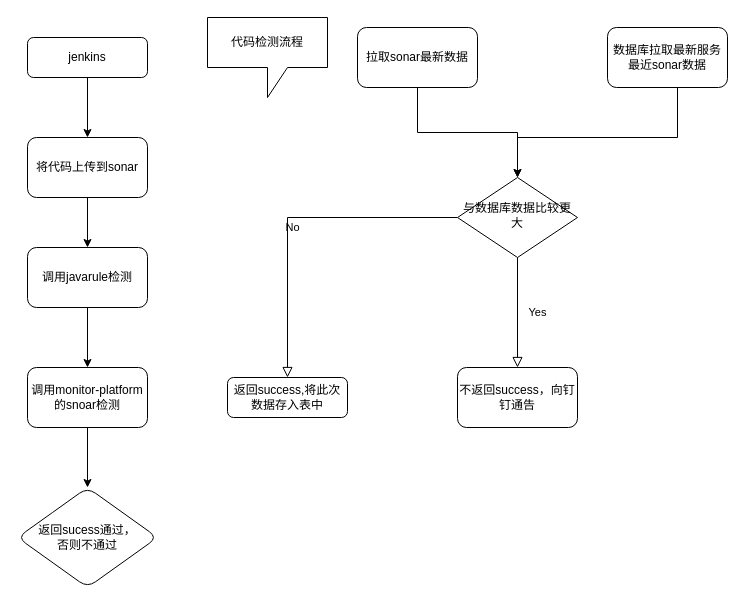
Above: img/未命名绘图.drawio in KinMan-ZHR/picture-bed (draw.io), before the change. Source tidied: cells renumbered, new cells numbered last; positions are measured from the earlier drawing's top-left corner, leaving out a move shared by most shapes. Both pictures are drawn from the tidied source at 100%, with x=0, y=0 at pixel (17, 17).
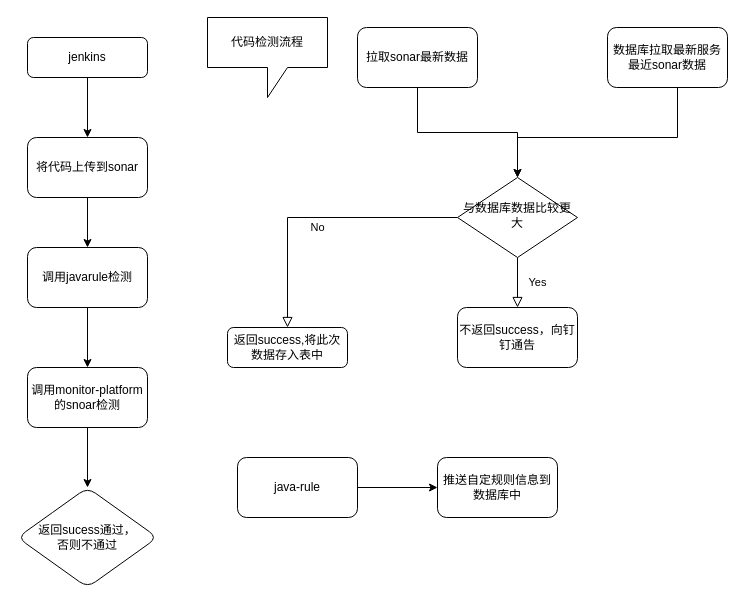
The same page after the edit.

Commit message:
更新未命名绘图.drawio

Diff of the diagram source:
```diff
@@
     <mxCell id="7" value="返回success,将此次数据存入表中" style="rounded=1;whiteSpace=wrap;html=1;fontSize=12;glass=0;strokeWidth=1;shadow=0;" parent="1" vertex="1">
-      <mxGeometry x="210" y="360" width="120" height="40" as="geometry" />
+      <mxGeometry x="210" y="310" width="120" height="40" as="geometry" />
     </mxCell>
@@
     <mxCell id="9" value="不返回success，向钉钉通告" style="rounded=1;whiteSpace=wrap;html=1;" parent="1" vertex="1">
-      <mxGeometry x="440" y="350" width="120" height="60" as="geometry" />
+      <mxGeometry x="440" y="290" width="120" height="60" as="geometry" />
     </mxCell>
@@
+    <mxCell id="21" style="edgeStyle=orthogonalEdgeStyle;rounded=0;jettySize=auto;html=1;" parent="1" edge="1" source="22" target="23">
+      <mxGeometry relative="1" as="geometry" />
+    </mxCell>
+    <mxCell id="22" value="java-rule" style="rounded=1;whiteSpace=wrap;html=1;" parent="1" vertex="1">
+      <mxGeometry x="220" y="440" width="120" height="60" as="geometry" />
+    </mxCell>
+    <mxCell id="23" value="推送自定规则信息到数据库中" style="whiteSpace=wrap;html=1;rounded=1;" parent="1" vertex="1">
+      <mxGeometry x="420" y="440" width="120" height="60" as="geometry" />
+    </mxCell>
```
